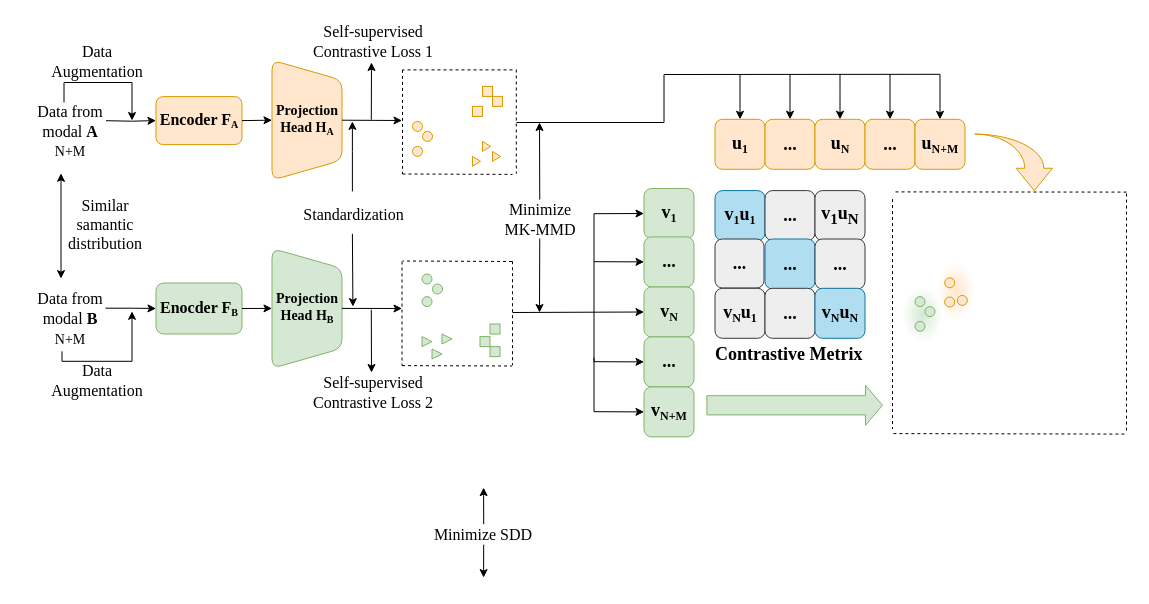
Before: set-CLIP.drawio in cauchy-max/my-room, a draw.io diagram. Source tidied: cells renumbered, new cells numbered last; positions are measured from the earlier drawing's top-left corner, leaving out a move shared by most shapes. Both pictures are drawn from the tidied source at 100%, with x=0, y=0 at pixel (30, 21).
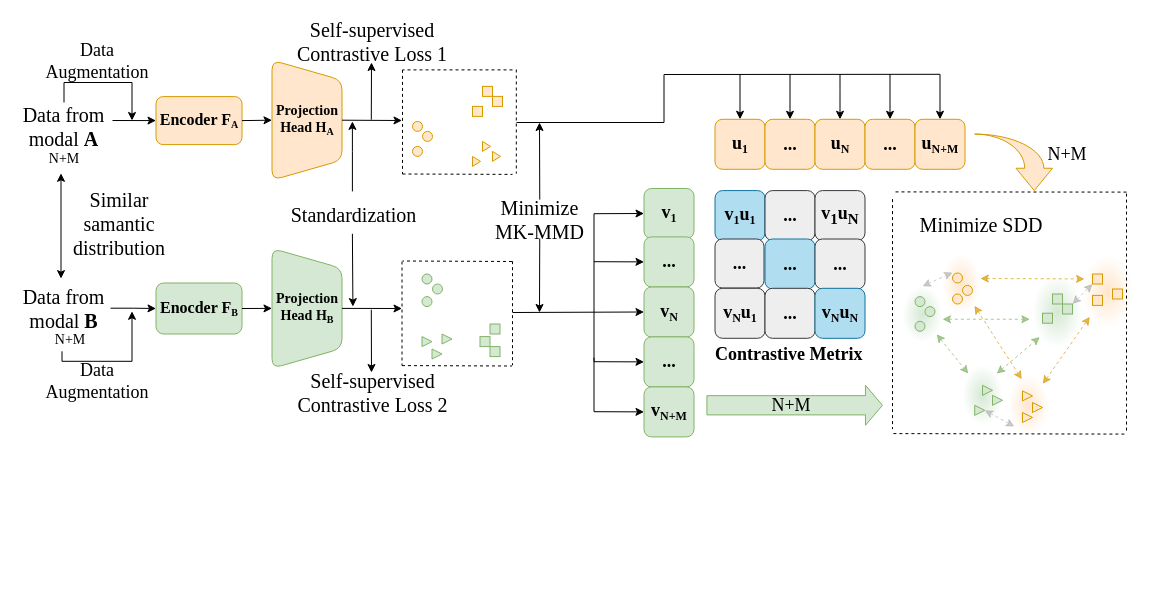
After the change.

Unchanged cells that the change refers to:
```xml
<mxCell id="2" style="ellipse;whiteSpace=wrap;html=1;fillColor=#d5e8d4;strokeColor=none;gradientColor=#FFFFFF;gradientDirection=radial;" parent="1" vertex="1">
  <mxGeometry x="872" y="264.8" width="40" height="56.2" as="geometry" />
</mxCell>
<mxCell id="9" value="&lt;font style=&quot;&quot; face=&quot;Times New Roman&quot;&gt;&lt;b style=&quot;&quot;&gt;&lt;span style=&quot;font-size: 16px;&quot;&gt;Encoder F&lt;/span&gt;&lt;sub style=&quot;&quot;&gt;&lt;font style=&quot;font-size: 10px;&quot;&gt;A&lt;/font&gt;&lt;/sub&gt;&lt;/b&gt;&lt;/font&gt;" style="rounded=1;whiteSpace=wrap;html=1;fillColor=#ffe6cc;strokeColor=#d79b00;" parent="1" vertex="1">
  <mxGeometry x="125.5" y="75.1" width="86" height="48" as="geometry" />
</mxCell>
```

Change to the diagram source:
```diff
@@
+    <mxCell id="106" style="ellipse;whiteSpace=wrap;html=1;fillColor=#d5e8d4;strokeColor=none;gradientDirection=radial;gradientColor=#FFFFFF;" parent="1" vertex="1">
+      <mxGeometry x="1002" y="254.1" width="50" height="72" as="geometry" />
+    </mxCell>
+    <mxCell id="107" style="ellipse;whiteSpace=wrap;html=1;fillColor=#ffe6cc;strokeColor=none;gradientColor=#FFFFFF;gradientDirection=radial;" parent="1" vertex="1">
+      <mxGeometry x="1052" y="233.8" width="50" height="72" as="geometry" />
+    </mxCell>
+    <mxCell id="108" style="ellipse;whiteSpace=wrap;html=1;fillColor=#d5e8d4;strokeColor=none;gradientDirection=radial;gradientColor=#FFFFFF;" parent="1" vertex="1">
+      <mxGeometry x="932" y="343.2" width="40" height="60.5" as="geometry" />
+    </mxCell>
+    <mxCell id="109" style="ellipse;whiteSpace=wrap;html=1;fillColor=#ffe6cc;strokeColor=none;gradientColor=#FFFFFF;gradientDirection=radial;" parent="1" vertex="1">
+      <mxGeometry x="978.1" y="353.5" width="40" height="60.5" as="geometry" />
+    </mxCell>
@@
     <mxCell id="3" style="ellipse;whiteSpace=wrap;html=1;fillColor=#ffe6cc;strokeColor=none;gradientColor=#FFFFFF;gradientDirection=radial;" parent="1" vertex="1">
-      <mxGeometry x="906.5" y="239.8" width="37.8" height="60" as="geometry" />
+      <mxGeometry x="912" y="232.5" width="37.8" height="60" as="geometry" />
     </mxCell>
     <mxCell id="4" value="&lt;font face=&quot;Times New Roman&quot; style=&quot;font-size: 14px;&quot;&gt;N+M&lt;/font&gt;" style="text;html=1;strokeColor=none;fillColor=none;align=center;verticalAlign=middle;whiteSpace=wrap;rounded=0;" parent="1" vertex="1">
-      <mxGeometry y="120.5" width="80" height="20" as="geometry" />
+      <mxGeometry x="-6.5" y="127.8" width="80" height="20" as="geometry" />
     </mxCell>
-    <mxCell id="5" style="edgeStyle=orthogonalEdgeStyle;rounded=0;jettySize=auto;html=1;" parent="1" edge="1" target="9">
-      <mxGeometry relative="1" as="geometry">
-        <mxPoint x="75.5" y="99.2" as="sourcePoint" />
-      </mxGeometry>
-    </mxCell>
@@
-    <mxCell id="10" value="&lt;font face=&quot;Times New Roman&quot; style=&quot;font-size: 16px;&quot;&gt;Similar samantic distribution&lt;/font&gt;" style="text;html=1;strokeColor=none;fillColor=none;align=center;verticalAlign=middle;whiteSpace=wrap;rounded=0;" parent="1" vertex="1">
-      <mxGeometry x="37.5" y="178.1" width="74" height="50" as="geometry" />
+    <mxCell id="10" value="&lt;font face=&quot;Times New Roman&quot; style=&quot;font-size: 20px;&quot;&gt;Similar samantic distribution&lt;/font&gt;" style="text;html=1;strokeColor=none;fillColor=none;align=center;verticalAlign=middle;whiteSpace=wrap;rounded=0;" parent="1" vertex="1">
+      <mxGeometry x="52" y="176.9" width="74" height="50" as="geometry" />
     </mxCell>
@@
-    <mxCell id="40" value="&lt;font face=&quot;Times New Roman&quot; style=&quot;font-size: 16px;&quot;&gt;Minimize &lt;br&gt;MK-MMD&lt;/font&gt;" style="text;html=1;strokeColor=none;fillColor=none;align=center;verticalAlign=middle;whiteSpace=wrap;rounded=0;" parent="1" vertex="1">
-      <mxGeometry x="469.5" y="178.1" width="79.5" height="38.9" as="geometry" />
+    <mxCell id="40" value="&lt;font face=&quot;Times New Roman&quot; style=&quot;font-size: 20px;&quot;&gt;Minimize &lt;br&gt;MK-MMD&lt;/font&gt;" style="text;html=1;strokeColor=none;fillColor=none;align=center;verticalAlign=middle;whiteSpace=wrap;rounded=0;" parent="1" vertex="1">
+      <mxGeometry x="462" y="178.1" width="94.5" height="38.9" as="geometry" />
     </mxCell>
@@
-    <mxCell id="45" value="&lt;font face=&quot;Times New Roman&quot; style=&quot;font-size: 16px;&quot;&gt;Standardization&lt;/font&gt;" style="text;html=1;align=center;verticalAlign=middle;strokeColor=none;fillColor=none;" parent="1" vertex="1">
-      <mxGeometry x="262.5" y="178.1" width="120" height="30" as="geometry" />
+    <mxCell id="45" value="&lt;font face=&quot;Times New Roman&quot; style=&quot;font-size: 20px;&quot;&gt;Standardization&lt;/font&gt;" style="text;html=1;align=center;verticalAlign=middle;strokeColor=none;fillColor=none;" parent="1" vertex="1">
+      <mxGeometry x="247.5" y="173.1" width="150" height="40" as="geometry" />
     </mxCell>
@@
-    <mxCell id="48" value="&lt;font face=&quot;Times New Roman&quot; style=&quot;font-size: 16px;&quot;&gt;Minimize&amp;nbsp;SDD&lt;br&gt;&lt;/font&gt;" style="text;html=1;strokeColor=none;fillColor=none;align=center;verticalAlign=middle;whiteSpace=wrap;rounded=0;" parent="1" vertex="1">
-      <mxGeometry x="382" y="502.7" width="142.4" height="20.5" as="geometry" />
+    <mxCell id="48" value="&lt;font face=&quot;Times New Roman&quot; style=&quot;&quot;&gt;&lt;font style=&quot;font-size: 20px;&quot;&gt;Minimize&amp;nbsp;SDD&lt;/font&gt;&lt;br&gt;&lt;/font&gt;" style="text;html=1;strokeColor=none;fillColor=none;align=center;verticalAlign=middle;whiteSpace=wrap;rounded=0;" parent="1" vertex="1">
+      <mxGeometry x="879.6" y="192.9" width="142.4" height="20.5" as="geometry" />
     </mxCell>
@@
-    <mxCell id="52" value="&lt;font face=&quot;Times New Roman&quot; style=&quot;font-size: 16px;&quot;&gt;Data Augmentation&lt;/font&gt;" style="text;html=1;strokeColor=none;fillColor=none;align=center;verticalAlign=middle;whiteSpace=wrap;rounded=0;" parent="1" vertex="1">
+    <mxCell id="52" value="&lt;font face=&quot;Times New Roman&quot; style=&quot;font-size: 18px;&quot;&gt;Data Augmentation&lt;/font&gt;" style="text;html=1;strokeColor=none;fillColor=none;align=center;verticalAlign=middle;whiteSpace=wrap;rounded=0;" parent="1" vertex="1">
       <mxGeometry x="21.5" y="20.4" width="90" height="40" as="geometry" />
     </mxCell>
@@
-    <mxCell id="54" value="&lt;font face=&quot;Times New Roman&quot; style=&quot;font-size: 16px;&quot;&gt;Data Augmentation&lt;/font&gt;" style="text;html=1;strokeColor=none;fillColor=none;align=center;verticalAlign=middle;whiteSpace=wrap;rounded=0;" parent="1" vertex="1">
-      <mxGeometry x="21.5" y="338" width="90" height="41.4" as="geometry" />
+    <mxCell id="54" value="&lt;font face=&quot;Times New Roman&quot; style=&quot;font-size: 18px;&quot;&gt;Data Augmentation&lt;/font&gt;" style="text;html=1;strokeColor=none;fillColor=none;align=center;verticalAlign=middle;whiteSpace=wrap;rounded=0;" parent="1" vertex="1">
+      <mxGeometry x="21.5" y="339.6" width="90" height="41.4" as="geometry" />
     </mxCell>
@@
-    <mxCell id="58" value="&lt;font face=&quot;Times New Roman&quot; style=&quot;font-size: 16px;&quot;&gt;Self-supervised&lt;br&gt;Contrastive Loss 1&lt;/font&gt;" style="text;html=1;strokeColor=none;fillColor=none;align=center;verticalAlign=middle;whiteSpace=wrap;rounded=0;" parent="1" vertex="1">
-      <mxGeometry x="272.5" y="0.4" width="139.5" height="38.3" as="geometry" />
+    <mxCell id="58" value="&lt;font face=&quot;Times New Roman&quot; style=&quot;font-size: 20px;&quot;&gt;Self-supervised&lt;br&gt;Contrastive Loss 1&lt;/font&gt;" style="text;html=1;strokeColor=none;fillColor=none;align=center;verticalAlign=middle;whiteSpace=wrap;rounded=0;" parent="1" vertex="1">
+      <mxGeometry x="262.3" y="0.4" width="160" height="38.3" as="geometry" />
     </mxCell>
@@
-    <mxCell id="60" value="&lt;font face=&quot;Times New Roman&quot; style=&quot;font-size: 16px;&quot;&gt;Self-supervised&lt;br&gt;Contrastive Loss 2&lt;/font&gt;" style="text;html=1;strokeColor=none;fillColor=none;align=center;verticalAlign=middle;whiteSpace=wrap;rounded=0;" parent="1" vertex="1">
-      <mxGeometry x="277.5" y="351.7" width="129.5" height="39.3" as="geometry" />
+    <mxCell id="60" value="&lt;font face=&quot;Times New Roman&quot; style=&quot;font-size: 20px;&quot;&gt;Self-supervised&lt;br&gt;Contrastive Loss 2&lt;/font&gt;" style="text;html=1;strokeColor=none;fillColor=none;align=center;verticalAlign=middle;whiteSpace=wrap;rounded=0;" parent="1" vertex="1">
+      <mxGeometry x="264.8" y="351" width="155" height="39.3" as="geometry" />
     </mxCell>
@@
-    <mxCell id="81" value="&lt;font face=&quot;Times New Roman&quot; style=&quot;font-size: 16px;&quot;&gt;Data from modal &lt;b style=&quot;&quot;&gt;A&lt;/b&gt;&lt;/font&gt;" style="text;html=1;strokeColor=none;fillColor=none;align=center;verticalAlign=middle;whiteSpace=wrap;rounded=0;" parent="1" vertex="1">
-      <mxGeometry x="5" y="85.1" width="70" height="30" as="geometry" />
+    <mxCell id="81" value="&lt;font face=&quot;Times New Roman&quot; style=&quot;font-size: 20px;&quot;&gt;Data from modal &lt;b style=&quot;&quot;&gt;A&lt;/b&gt;&lt;/font&gt;" style="text;html=1;strokeColor=none;fillColor=none;align=center;verticalAlign=middle;whiteSpace=wrap;rounded=0;" parent="1" vertex="1">
+      <mxGeometry x="-13" y="89.9" width="93" height="30" as="geometry" />
     </mxCell>
-    <mxCell id="82" value="&lt;font face=&quot;Times New Roman&quot; style=&quot;font-size: 16px;&quot;&gt;Data from modal &lt;b style=&quot;&quot;&gt;B&lt;/b&gt;&lt;/font&gt;" style="text;html=1;strokeColor=none;fillColor=none;align=center;verticalAlign=middle;whiteSpace=wrap;rounded=0;" parent="1" vertex="1">
-      <mxGeometry x="5" y="271.7" width="70" height="30" as="geometry" />
+    <mxCell id="82" value="&lt;font face=&quot;Times New Roman&quot; style=&quot;font-size: 20px;&quot;&gt;Data from modal &lt;b style=&quot;&quot;&gt;B&lt;/b&gt;&lt;/font&gt;" style="text;html=1;strokeColor=none;fillColor=none;align=center;verticalAlign=middle;whiteSpace=wrap;rounded=0;" parent="1" vertex="1">
+      <mxGeometry x="-13" y="271.7" width="93" height="30" as="geometry" />
     </mxCell>
@@
-    <mxCell id="95" style="endArrow=classic;html=1;rounded=0;exitX=0.5;exitY=0;exitDx=0;exitDy=0;" parent="1" edge="1" source="48">
-      <mxGeometry relative="1" as="geometry">
-        <mxPoint x="453.1" y="466.1" as="targetPoint" />
-      </mxGeometry>
-    </mxCell>
-    <mxCell id="96" style="endArrow=classic;html=1;rounded=0;exitX=0.5;exitY=1;exitDx=0;exitDy=0;" parent="1" edge="1" source="48">
-      <mxGeometry relative="1" as="geometry">
-        <mxPoint x="453.1" y="556.1" as="targetPoint" />
-      </mxGeometry>
-    </mxCell>
@@
     <mxCell id="103" style="ellipse;whiteSpace=wrap;html=1;fillColor=#ffe6cc;strokeColor=#d79b00;" parent="1" vertex="1">
-      <mxGeometry x="914.2" y="256.3" width="10" height="10" as="geometry" />
+      <mxGeometry x="922" y="251.5" width="10" height="10" as="geometry" />
     </mxCell>
     <mxCell id="104" style="ellipse;whiteSpace=wrap;html=1;fillColor=#ffe6cc;strokeColor=#d79b00;" parent="1" vertex="1">
-      <mxGeometry x="926.8" y="273.9" width="10" height="10" as="geometry" />
+      <mxGeometry x="932" y="263.9" width="10" height="10" as="geometry" />
     </mxCell>
     <mxCell id="105" style="ellipse;whiteSpace=wrap;html=1;fillColor=#ffe6cc;strokeColor=#d79b00;" parent="1" vertex="1">
-      <mxGeometry x="914.2" y="275.5" width="10" height="10" as="geometry" />
+      <mxGeometry x="922" y="272.5" width="10" height="10" as="geometry" />
     </mxCell>
+    <mxCell id="110" style="triangle;whiteSpace=wrap;html=1;fillColor=#d5e8d4;strokeColor=#82b366;" parent="1" vertex="1">
+      <mxGeometry x="952" y="363.8" width="10" height="10" as="geometry" />
+    </mxCell>
+    <mxCell id="111" style="triangle;whiteSpace=wrap;html=1;fillColor=#d5e8d4;strokeColor=#82b366;" parent="1" vertex="1">
+      <mxGeometry x="962" y="373.8" width="10" height="10" as="geometry" />
+    </mxCell>
+    <mxCell id="112" style="triangle;whiteSpace=wrap;html=1;fillColor=#d5e8d4;strokeColor=#82b366;" parent="1" vertex="1">
+      <mxGeometry x="944.2" y="383.8" width="10" height="10" as="geometry" />
+    </mxCell>
+    <mxCell id="113" style="triangle;whiteSpace=wrap;html=1;fillColor=#ffe6cc;strokeColor=#d79b00;" parent="1" vertex="1">
+      <mxGeometry x="992" y="369.4" width="10" height="10" as="geometry" />
+    </mxCell>
+    <mxCell id="114" style="triangle;whiteSpace=wrap;html=1;fillColor=#ffe6cc;strokeColor=#d79b00;" parent="1" vertex="1">
+      <mxGeometry x="1002" y="381" width="10" height="10" as="geometry" />
+    </mxCell>
+    <mxCell id="115" style="triangle;whiteSpace=wrap;html=1;fillColor=#ffe6cc;strokeColor=#d79b00;" parent="1" vertex="1">
+      <mxGeometry x="992" y="391" width="10" height="10" as="geometry" />
+    </mxCell>
+    <mxCell id="116" style="whiteSpace=wrap;html=1;fillColor=#d5e8d4;strokeColor=#82b366;" parent="1" vertex="1">
+      <mxGeometry x="1022" y="272.5" width="10" height="10" as="geometry" />
+    </mxCell>
+    <mxCell id="117" style="whiteSpace=wrap;html=1;fillColor=#d5e8d4;strokeColor=#82b366;" parent="1" vertex="1">
+      <mxGeometry x="1032" y="282.5" width="10" height="10" as="geometry" />
+    </mxCell>
+    <mxCell id="118" style="whiteSpace=wrap;html=1;fillColor=#d5e8d4;strokeColor=#82b366;" parent="1" vertex="1">
+      <mxGeometry x="1012" y="291.7" width="10" height="10" as="geometry" />
+    </mxCell>
+    <mxCell id="119" style="whiteSpace=wrap;html=1;fillColor=#ffe6cc;strokeColor=#d79b00;" parent="1" vertex="1">
+      <mxGeometry x="1062" y="252.5" width="10" height="10" as="geometry" />
+    </mxCell>
+    <mxCell id="120" style="whiteSpace=wrap;html=1;fillColor=#ffe6cc;strokeColor=#d79b00;" parent="1" vertex="1">
+      <mxGeometry x="1082" y="267.5" width="10" height="10" as="geometry" />
+    </mxCell>
+    <mxCell id="121" style="whiteSpace=wrap;html=1;fillColor=#ffe6cc;strokeColor=#d79b00;" parent="1" vertex="1">
+      <mxGeometry x="1062" y="273.9" width="10" height="10" as="geometry" />
+    </mxCell>
+    <mxCell id="122" style="endArrow=classic;startArrow=classic;html=1;rounded=0;entryX=-0.052;entryY=0.606;entryDx=0;entryDy=0;entryPerimeter=0;exitX=1;exitY=0.586;exitDx=0;exitDy=0;exitPerimeter=0;fillColor=#d5e8d4;strokeColor=#82b366;opacity=70;dashed=1;" parent="1" edge="1" source="2" target="106">
+      <mxGeometry relative="1" as="geometry" />
+    </mxCell>
+    <mxCell id="123" style="endArrow=classic;startArrow=classic;html=1;rounded=0;entryX=0;entryY=1;entryDx=0;entryDy=0;exitX=1;exitY=0;exitDx=0;exitDy=0;fillColor=#d5e8d4;strokeColor=#82b366;opacity=70;dashed=1;" parent="1" edge="1" source="108" target="106">
+      <mxGeometry relative="1" as="geometry" />
+    </mxCell>
+    <mxCell id="124" style="endArrow=classic;startArrow=classic;html=1;rounded=0;entryX=0;entryY=0;entryDx=0;entryDy=0;exitX=1;exitY=1;exitDx=0;exitDy=0;fillColor=#d5e8d4;strokeColor=#82b366;opacity=70;dashed=1;" parent="1" edge="1" source="2" target="108">
+      <mxGeometry relative="1" as="geometry" />
+    </mxCell>
+    <mxCell id="125" style="endArrow=classic;startArrow=classic;html=1;rounded=0;entryX=0.041;entryY=0.328;entryDx=0;entryDy=0;entryPerimeter=0;exitX=1;exitY=0.586;exitDx=0;exitDy=0;exitPerimeter=0;fillColor=#ffe6cc;strokeColor=#d79b00;opacity=70;dashed=1;" parent="1" edge="1" target="107">
+      <mxGeometry relative="1" as="geometry">
+        <mxPoint x="949.8" y="257" as="sourcePoint" />
+      </mxGeometry>
+    </mxCell>
+    <mxCell id="126" style="endArrow=classic;startArrow=classic;html=1;rounded=0;entryX=0;entryY=1;entryDx=0;entryDy=0;exitX=1;exitY=0;exitDx=0;exitDy=0;fillColor=#ffe6cc;strokeColor=#d79b00;opacity=70;dashed=1;" parent="1" edge="1" source="109" target="107">
+      <mxGeometry relative="1" as="geometry" />
+    </mxCell>
+    <mxCell id="127" style="endArrow=classic;startArrow=classic;html=1;rounded=0;exitX=1;exitY=1;exitDx=0;exitDy=0;fillColor=#ffe6cc;strokeColor=#d79b00;opacity=70;dashed=1;entryX=0.33;entryY=0.071;entryDx=0;entryDy=0;entryPerimeter=0;" parent="1" edge="1" source="3" target="109">
+      <mxGeometry relative="1" as="geometry" />
+    </mxCell>
+    <mxCell id="128" style="endArrow=classic;startArrow=classic;html=1;rounded=0;entryX=0.265;entryY=0.308;entryDx=0;entryDy=0;entryPerimeter=0;exitX=0.5;exitY=0;exitDx=0;exitDy=0;fillColor=#d5e8d4;strokeColor=#B3B3B3;opacity=70;dashed=1;" parent="1" edge="1" source="2" target="3">
+      <mxGeometry relative="1" as="geometry" />
+    </mxCell>
+    <mxCell id="129" style="endArrow=classic;startArrow=classic;html=1;rounded=0;entryX=0;entryY=1;entryDx=0;entryDy=0;exitX=1;exitY=0;exitDx=0;exitDy=0;fillColor=#d5e8d4;strokeColor=#B3B3B3;opacity=70;dashed=1;" parent="1" edge="1" source="117" target="119">
+      <mxGeometry relative="1" as="geometry" />
+    </mxCell>
+    <mxCell id="130" style="endArrow=classic;startArrow=classic;html=1;rounded=0;entryX=0;entryY=1;entryDx=0;entryDy=0;exitX=1;exitY=0.5;exitDx=0;exitDy=0;fillColor=#d5e8d4;strokeColor=#B3B3B3;opacity=70;dashed=1;" parent="1" edge="1" source="112" target="109">
+      <mxGeometry relative="1" as="geometry" />
+    </mxCell>
+    <mxCell id="131" style="endArrow=classic;html=1;rounded=0;entryX=0;entryY=0.5;entryDx=0;entryDy=0;" parent="1" edge="1" target="9">
+      <mxGeometry relative="1" as="geometry">
+        <mxPoint x="82" y="99" as="sourcePoint" />
+      </mxGeometry>
+    </mxCell>
+    <mxCell id="132" value="&lt;font face=&quot;Times New Roman&quot; style=&quot;font-size: 18px;&quot;&gt;N+M&lt;/font&gt;" style="text;html=1;align=center;verticalAlign=middle;whiteSpace=wrap;rounded=0;" parent="1" vertex="1">
+      <mxGeometry x="731.4" y="369.4" width="60" height="30" as="geometry" />
+    </mxCell>
+    <mxCell id="133" value="&lt;font face=&quot;Times New Roman&quot; style=&quot;font-size: 18px;&quot;&gt;N+M&lt;/font&gt;" style="text;html=1;align=center;verticalAlign=middle;whiteSpace=wrap;rounded=0;" parent="1" vertex="1">
+      <mxGeometry x="1007" y="117.8" width="60" height="30" as="geometry" />
+    </mxCell>
```
